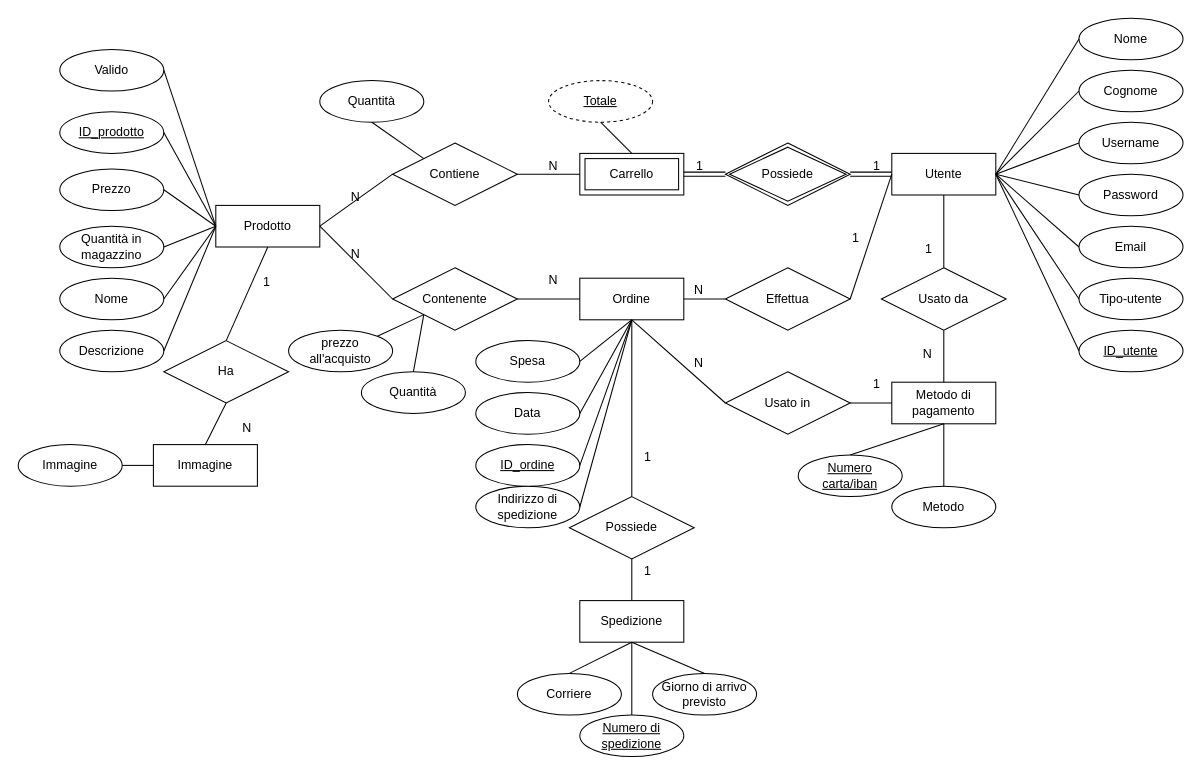
The draw.io diagram BD/GourmetSpices.drawio in superfra01/GourmetSpices, before the edit. Source tidied: cells renumbered, new cells numbered last; positions are measured from the earlier drawing's top-left corner, leaving out a move shared by most shapes. Both pictures are drawn from the tidied source at 104%, with x=0, y=0 at pixel (18, 18).
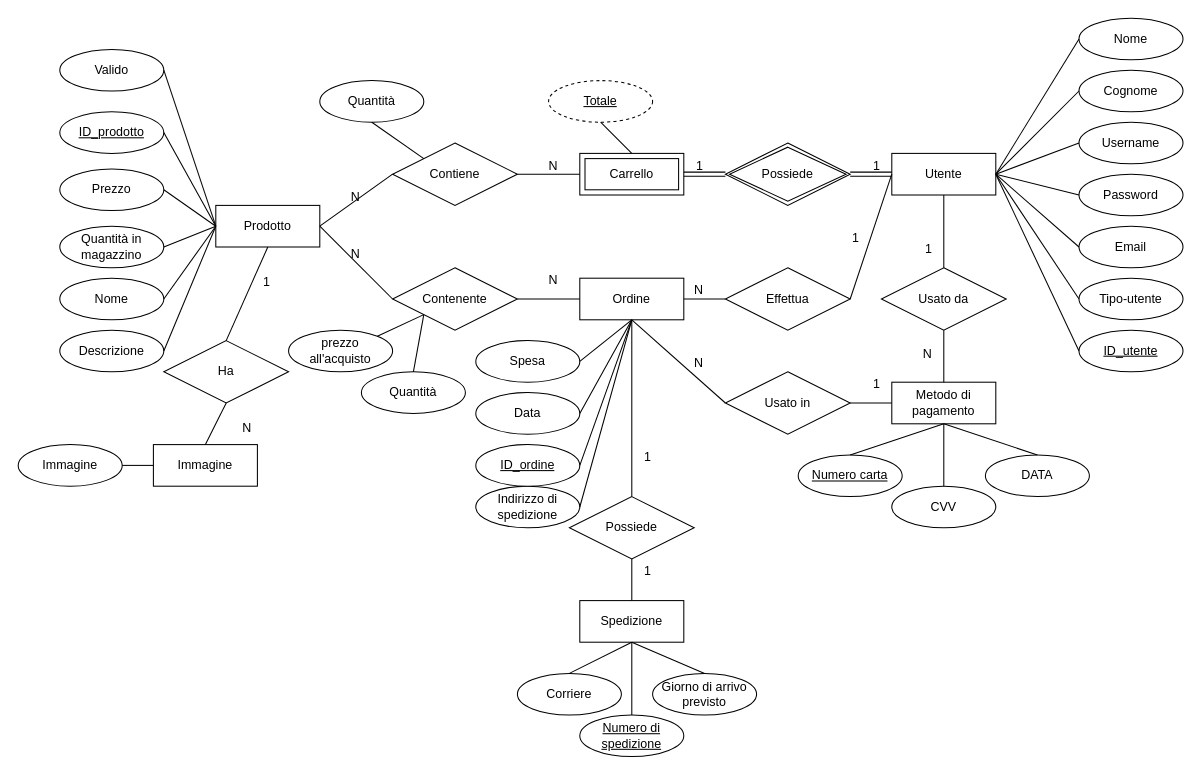
The same diagram, later.

Unchanged cells that the change refers to:
```xml
<mxCell id="37" value="Metodo di pagamento" style="whiteSpace=wrap;html=1;align=center;" parent="1" vertex="1">
  <mxGeometry x="840" y="350" width="100" height="40" as="geometry" />
</mxCell>
```

The edit, as a diff of the source:
```diff
@@
-    <mxCell id="64" value="Numero carta/iban" style="ellipse;whiteSpace=wrap;html=1;align=center;fontStyle=4;" parent="1" vertex="1">
+    <mxCell id="64" value="Numero carta" style="ellipse;whiteSpace=wrap;html=1;align=center;fontStyle=4;" parent="1" vertex="1">
       <mxGeometry x="750" y="420" width="100" height="40" as="geometry" />
     </mxCell>
-    <mxCell id="65" value="Metodo" style="ellipse;whiteSpace=wrap;html=1;align=center;" parent="1" vertex="1">
+    <mxCell id="65" value="CVV" style="ellipse;whiteSpace=wrap;html=1;align=center;" parent="1" vertex="1">
       <mxGeometry x="840" y="450" width="100" height="40" as="geometry" />
     </mxCell>
@@
+    <mxCell id="103" value="DATA" style="ellipse;whiteSpace=wrap;html=1;align=center;" parent="1" vertex="1">
+      <mxGeometry x="930" y="420" width="100" height="40" as="geometry" />
+    </mxCell>
+    <mxCell id="104" style="endArrow=none;html=1;rounded=0;exitX=0.5;exitY=1;exitDx=0;exitDy=0;entryX=0.5;entryY=0;entryDx=0;entryDy=0;" parent="1" edge="1" source="37" target="103">
+      <mxGeometry relative="1" as="geometry" />
+    </mxCell>
```
